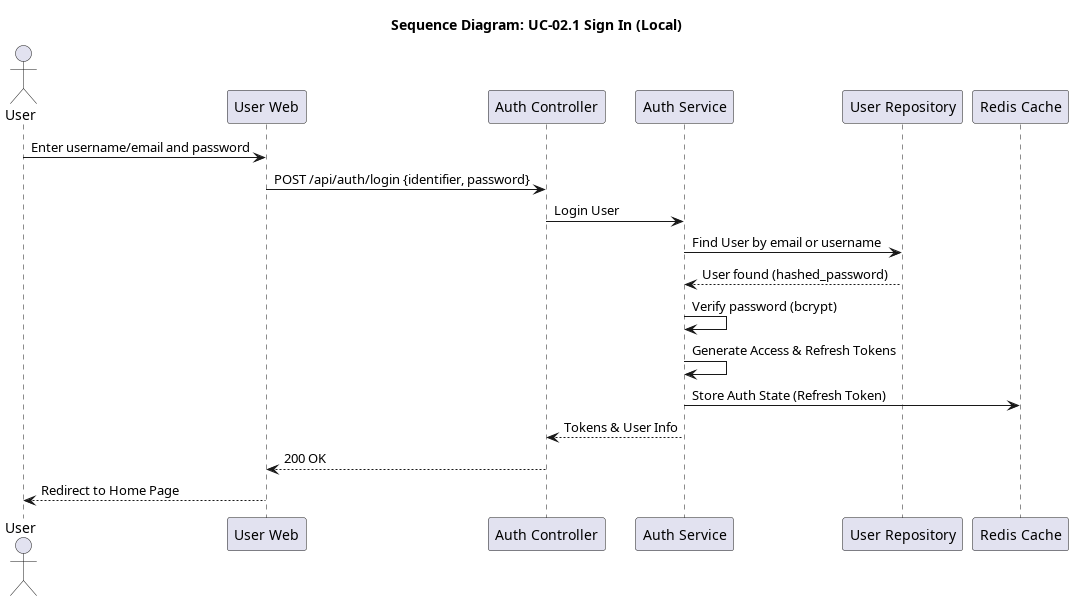
Above: docs/srs_add/SAD/diagrams/seq_02_local_sign_in.png in giakiet05/lkforum-new (PlantUML), before the change. The source it was exported from:
```plantuml
@startuml seq_02_local_sign_in
title Sequence Diagram: UC-02.1 Sign In (Local)

actor User
participant "User Web" as Frontend
participant "Auth Controller" as Controller
participant "Auth Service" as Service
participant "User Repository" as Repo
participant "Redis Cache" as Redis

User -> Frontend: Enter username/email and password
Frontend -> Controller: POST /api/auth/login {identifier, password}
Controller -> Service: Login User
Service -> Repo: Find User by email or username
Repo --> Service: User found (hashed_password)
Service -> Service: Verify password (bcrypt)
Service -> Service: Generate Access & Refresh Tokens
Service -> Redis: Store Auth State (Refresh Token)
Service --> Controller: Tokens & User Info
Controller --> Frontend: 200 OK
Frontend --> User: Redirect to Home Page
@enduml
```
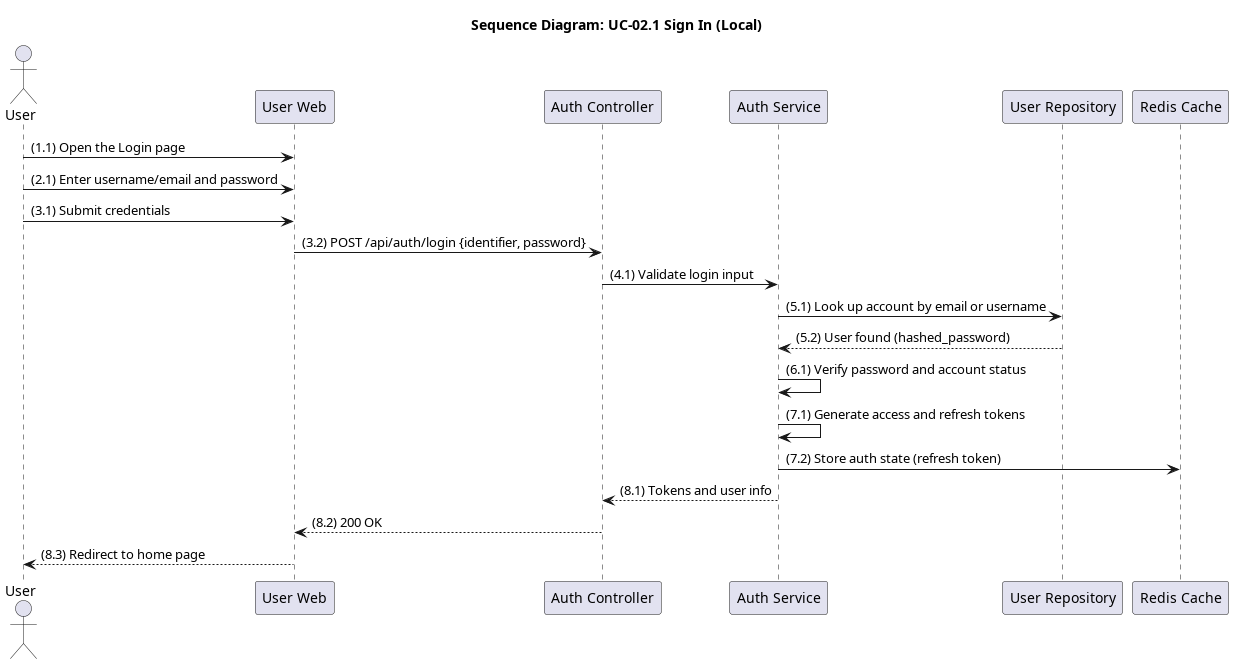
The same file after the commit.

What changed in the source:
```diff
@@ -8,15 +8,17 @@
 participant "User Repository" as Repo
 participant "Redis Cache" as Redis
 
-User -> Frontend: Enter username/email and password
-Frontend -> Controller: POST /api/auth/login {identifier, password}
-Controller -> Service: Login User
-Service -> Repo: Find User by email or username
-Repo --> Service: User found (hashed_password)
-Service -> Service: Verify password (bcrypt)
-Service -> Service: Generate Access & Refresh Tokens
-Service -> Redis: Store Auth State (Refresh Token)
-Service --> Controller: Tokens & User Info
-Controller --> Frontend: 200 OK
-Frontend --> User: Redirect to Home Page
+User -> Frontend: (1.1) Open the Login page
+User -> Frontend: (2.1) Enter username/email and password
+User -> Frontend: (3.1) Submit credentials
+Frontend -> Controller: (3.2) POST /api/auth/login {identifier, password}
+Controller -> Service: (4.1) Validate login input
+Service -> Repo: (5.1) Look up account by email or username
+Repo --> Service: (5.2) User found (hashed_password)
+Service -> Service: (6.1) Verify password and account status
+Service -> Service: (7.1) Generate access and refresh tokens
+Service -> Redis: (7.2) Store auth state (refresh token)
+Service --> Controller: (8.1) Tokens and user info
+Controller --> Frontend: (8.2) 200 OK
+Frontend --> User: (8.3) Redirect to home page
 @enduml
```
